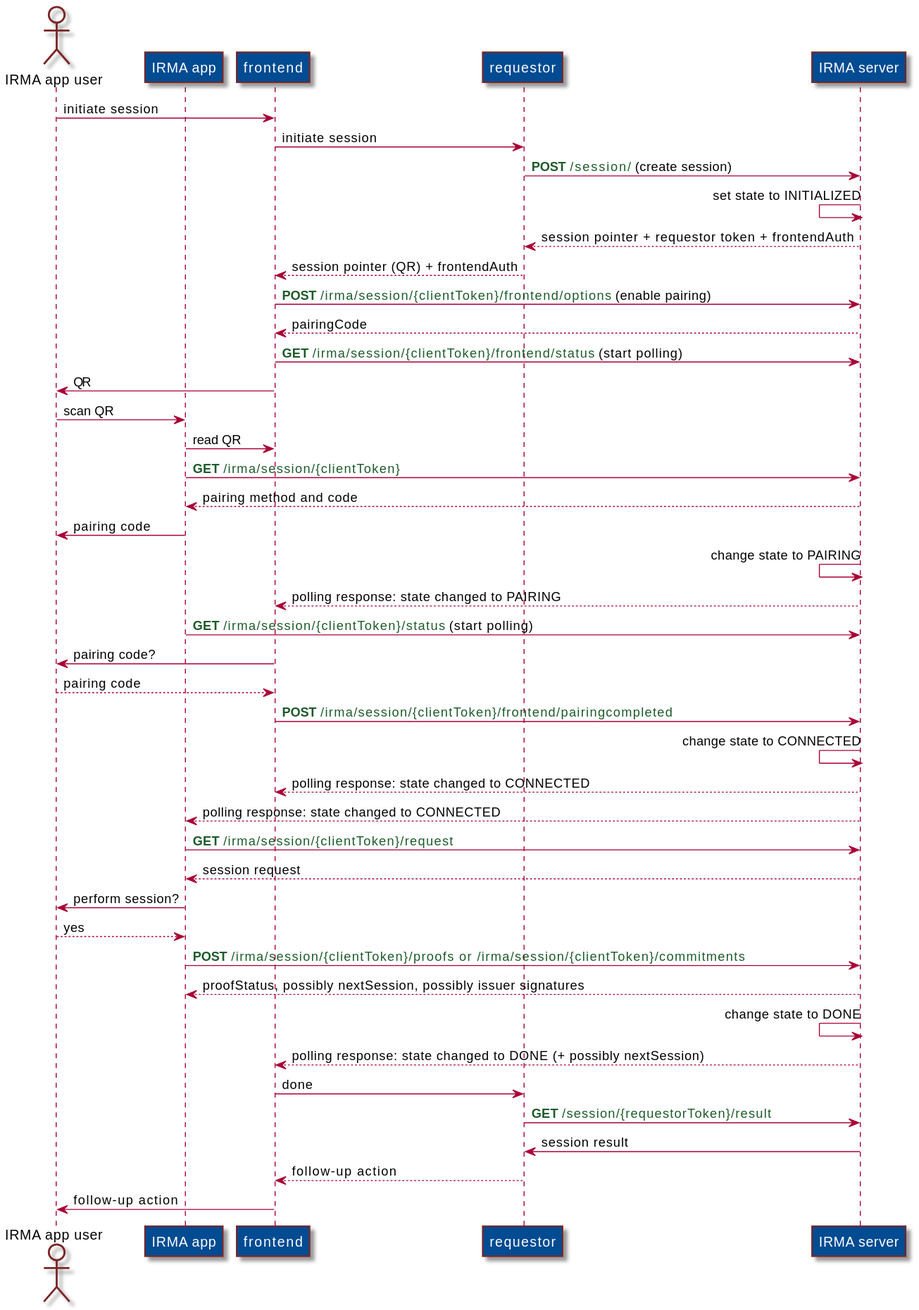
Above: docs/assets/session-pairing.svg in privacybydesign/irma-documentation (PlantUML), before the change.
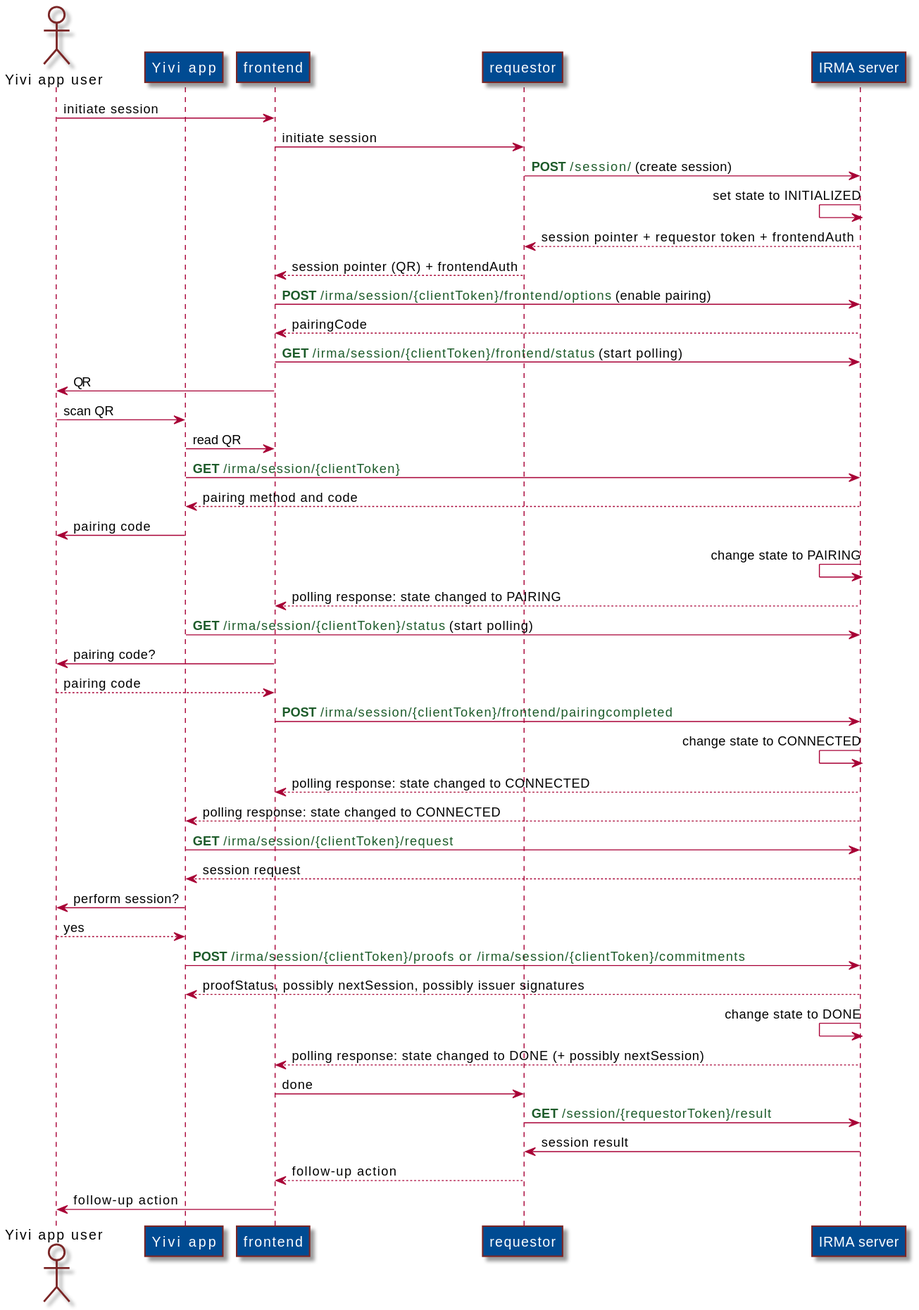
After the change.

What changed in the source:
```diff
@@ -8,8 +8,8 @@
 ParticipantFontColor white
 }
 
-actor "IRMA app user" as user
-participant "IRMA app" as app
+actor "Yivi app user" as user
+participant "Yivi app" as app
 participant frontend as browser
 participant "requestor" as requestor
 participant "IRMA server" as server
```
